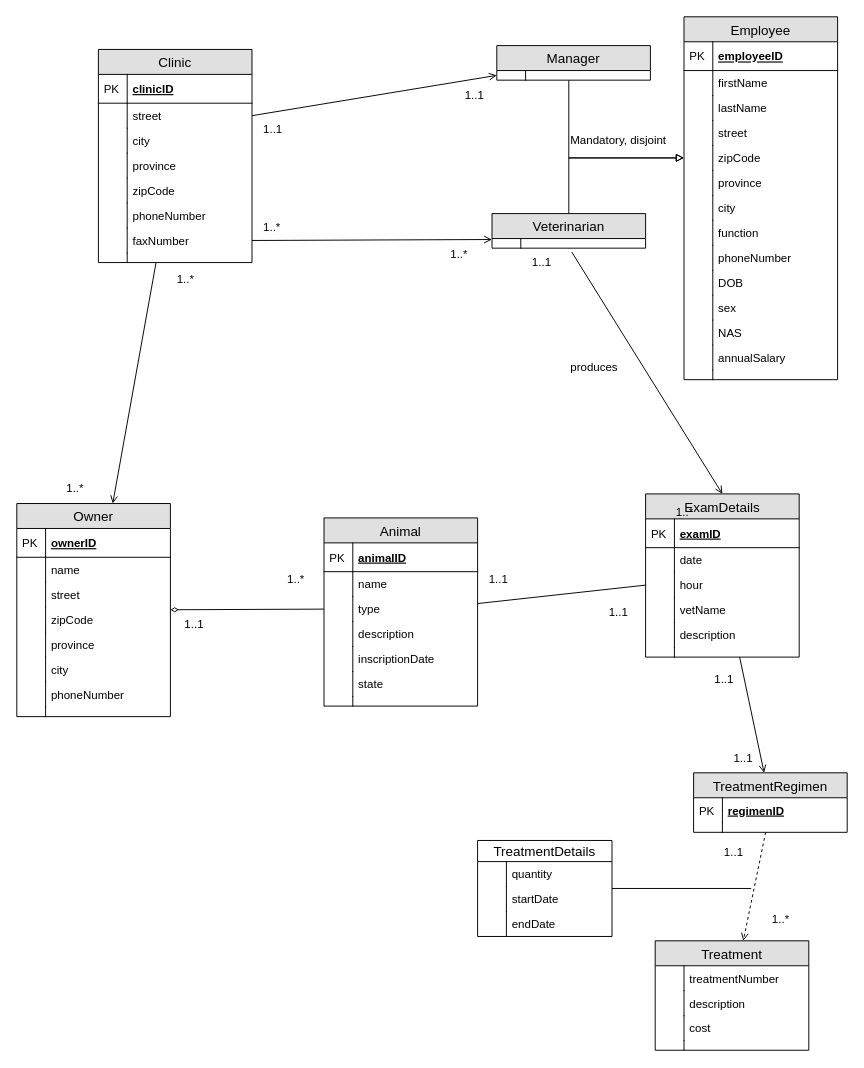
gabrielhv/INF3710 keeps this draw.io diagram as tp5/tp5_UML.drawio. Above is the earlier version. Source tidied: cells renumbered, new cells numbered last; positions are measured from the earlier drawing's top-left corner, leaving out a move shared by most shapes. Both pictures are drawn from the tidied source at 96%, with x=0, y=0 at pixel (16, 16).
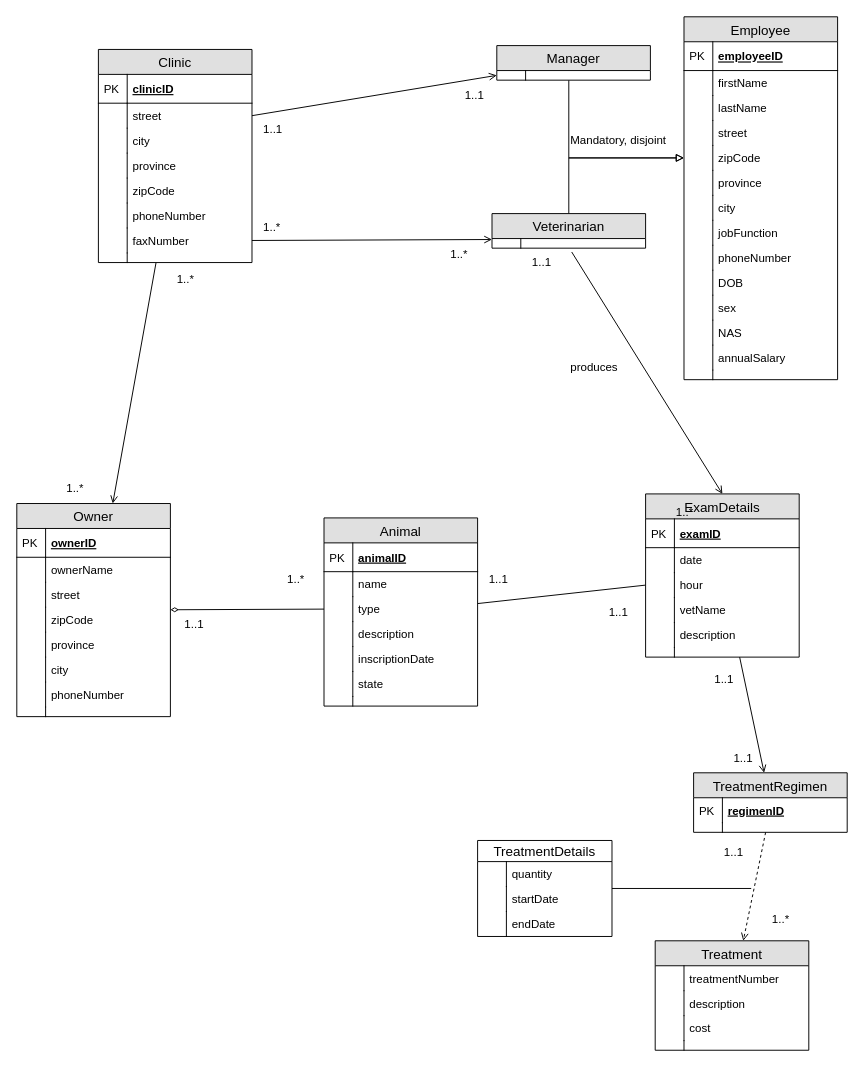
Above is the later version.

The change refers to these unchanged cells:
```xml
<mxCell id="20" value="Employee" style="swimlane;fontStyle=0;horizontal=1;startSize=26;fillColor=#e0e0e0;swimlaneFillColor=#ffffff;align=center;fontSize=14;" parent="1" vertex="1">
  <mxGeometry x="695" width="160" height="378" as="geometry" />
</mxCell>
<mxCell id="49" value="Owner" style="swimlane;fontStyle=0;horizontal=1;startSize=26;fillColor=#e0e0e0;swimlaneFillColor=#ffffff;align=center;fontSize=14;" parent="1" vertex="1">
  <mxGeometry y="507" width="160" height="222" as="geometry" />
</mxCell>
```

Change to the diagram source:
```diff
@@
-    <mxCell id="35" value="function" style="shape=partialRectangle;top=0;left=0;right=0;bottom=0;align=left;verticalAlign=top;fillColor=none;spacingLeft=34;spacingRight=4;overflow=hidden;fontSize=12;" parent="20" vertex="1">
+    <mxCell id="35" value="jobFunction" style="shape=partialRectangle;top=0;left=0;right=0;bottom=0;align=left;verticalAlign=top;fillColor=none;spacingLeft=34;spacingRight=4;overflow=hidden;fontSize=12;" parent="20" vertex="1">
       <mxGeometry y="212" width="160" height="26" as="geometry" />
     </mxCell>
@@
-    <mxCell id="52" value="name" style="shape=partialRectangle;top=0;left=0;right=0;bottom=0;align=left;verticalAlign=top;fillColor=none;spacingLeft=34;spacingRight=4;overflow=hidden;fontSize=12;" parent="49" vertex="1">
+    <mxCell id="52" value="ownerName" style="shape=partialRectangle;top=0;left=0;right=0;bottom=0;align=left;verticalAlign=top;fillColor=none;spacingLeft=34;spacingRight=4;overflow=hidden;fontSize=12;" parent="49" vertex="1">
       <mxGeometry y="56" width="160" height="26" as="geometry" />
     </mxCell>
```
